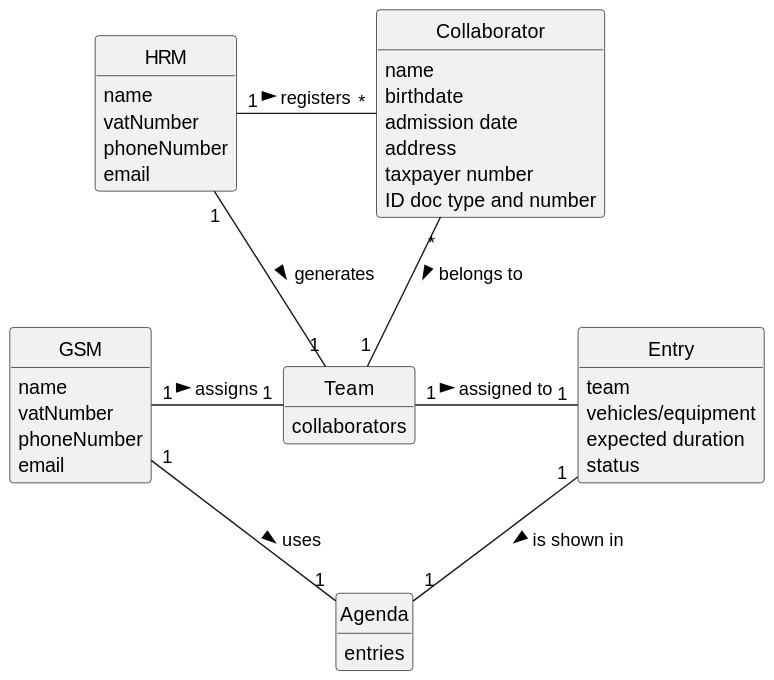
tiagosoa/lei-24-s2-1dgh-g073 keeps this PlantUML diagram as docs/sprint3/us023/02.analysis/svg/us023-domain-model.svg. Above is the earlier version. Its diagram source:
```plantuml
@startuml
skinparam monochrome true
skinparam packageStyle rectangle
skinparam shadowing false


skinparam classAttributeIconSize 0

hide circle
hide methods



class GSM {
    name
    vatNumber
    phoneNumber
    email
}

class HRM {
    name
    vatNumber
    phoneNumber
    email
}

class Team {
    collaborators
}

class Entry {
    team
    vehicles/equipment
    expected duration
    status
}

class Agenda {
    entries
}

class Collaborator {
    name
    birthdate
    admission date
    address
    contact info (mobile and email)
    taxpayer number
    ID doc type and number
}


HRM "1" -- "1" Team: generates >
GSM "1" - "1" Team: assigns >
Team "1" - "1" Entry: assigned to >
GSM "1" -- "1" Agenda: uses >
Entry "1" -- "1" Agenda: is shown in >
Collaborator "*" -- "1" Team: belongs to >
HRM "1" - "*" Collaborator: registers >
@enduml
```
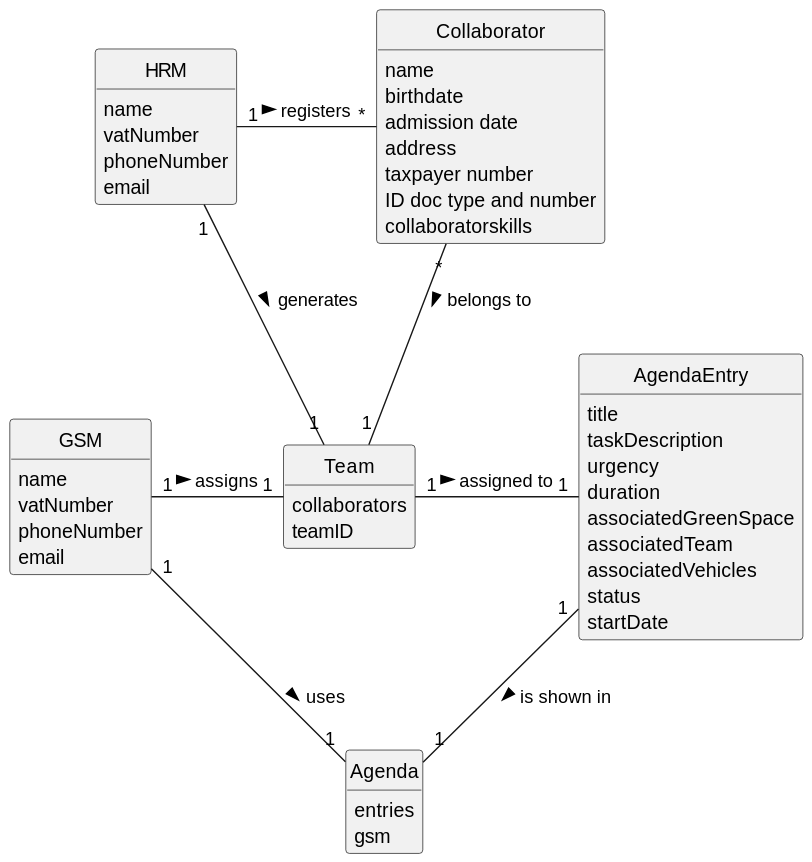
After the change.

Change to the diagram source:
```diff
@@ -27,17 +27,24 @@
 
 class Team {
     collaborators
+    teamID
 }
 
-class Entry {
-    team
-    vehicles/equipment
-    expected duration
-    status
+class AgendaEntry {
+     title
+     taskDescription
+     urgency
+     duration
+     associatedGreenSpace
+     associatedTeam
+     associatedVehicles
+     status
+     startDate
 }
 
 class Agenda {
     entries
+    gsm
 }
 
 class Collaborator {
@@ -48,14 +55,15 @@
     contact info (mobile and email)
     taxpayer number
     ID doc type and number
+    collaboratorskills
 }
 
 
 HRM "1" -- "1" Team: generates >
 GSM "1" - "1" Team: assigns >
-Team "1" - "1" Entry: assigned to >
+Team "1" - "1" AgendaEntry: assigned to >
 GSM "1" -- "1" Agenda: uses >
-Entry "1" -- "1" Agenda: is shown in >
+AgendaEntry "1" -- "1" Agenda: is shown in >
 Collaborator "*" -- "1" Team: belongs to >
 HRM "1" - "*" Collaborator: registers >
 @enduml
```
